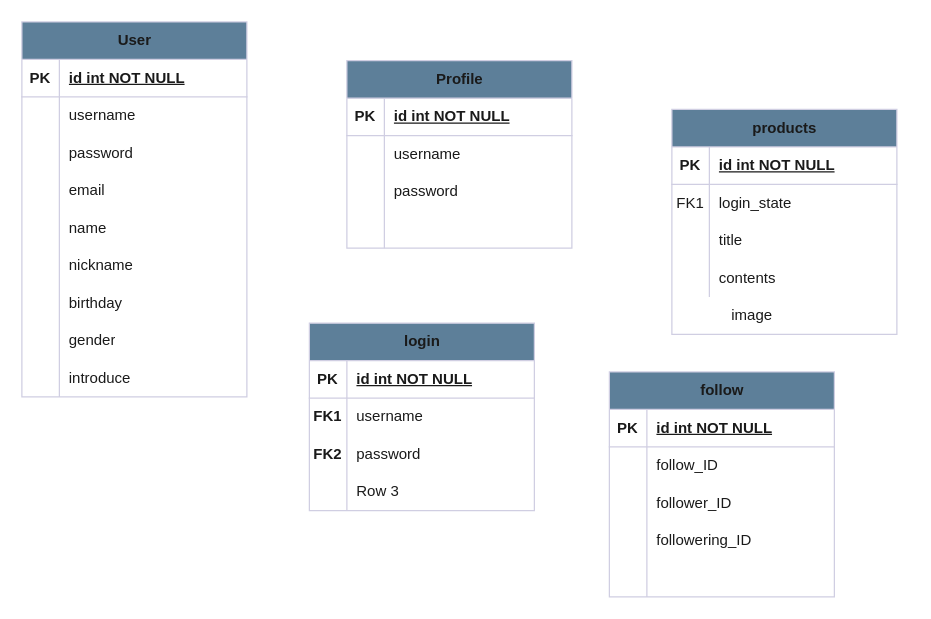
Before: 제목 없는 다이어그램.drawio in wodms5355/jaenny_day, a draw.io diagram. Source tidied: cells renumbered, new cells numbered last; positions are measured from the earlier drawing's top-left corner, leaving out a move shared by most shapes. Both pictures are drawn from the tidied source at 125%, with x=0, y=0 at pixel (21, 21).
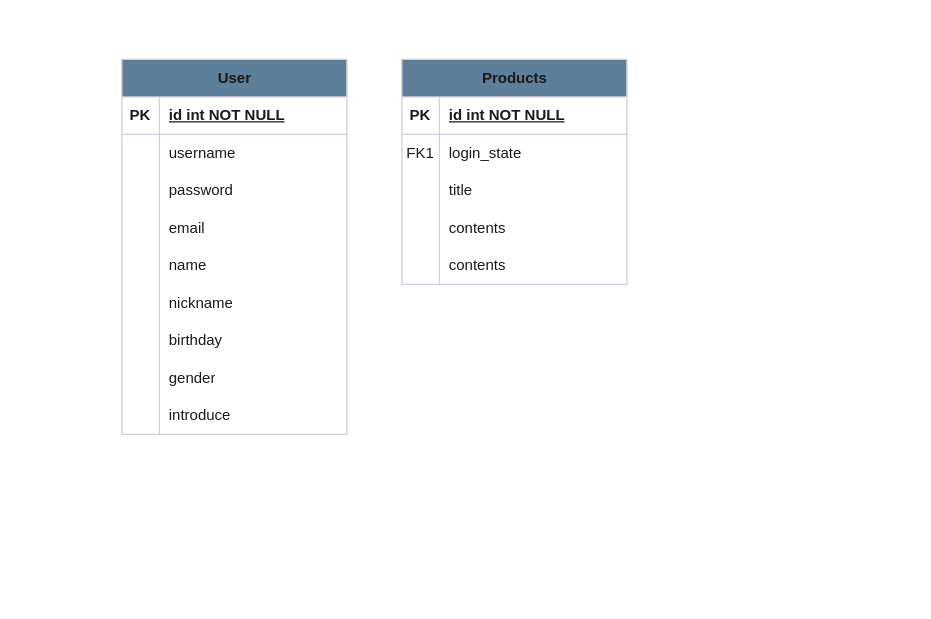
After the change.

Commit message (it also covers changes not shown here):
제목 없는 다이어그램.drawio 업데이트

Unchanged cells that the change refers to:
```xml
<mxCell id="43" style="shape=tableRow;horizontal=0;startSize=0;swimlaneHead=0;swimlaneBody=0;fillColor=none;top=0;left=0;right=0;bottom=0;labelBackgroundColor=none;strokeColor=#D0CEE2;fontColor=#1A1A1A;" parent="1" vertex="1">
  <mxGeometry x="530" y="220" width="180" height="30" as="geometry" />
</mxCell>
```

Diff of the diagram source:
```diff
@@
     <mxCell id="2" value="User" style="shape=table;startSize=30;childLayout=tableLayout;rowLines=0;fontStyle=1;align=center;html=1;labelBackgroundColor=none;fillColor=#5D7F99;strokeColor=#D0CEE2;fontColor=#1A1A1A;" parent="1" vertex="1">
-      <mxGeometry width="180" height="300" as="geometry" />
+      <mxGeometry x="80" y="30" width="180" height="300" as="geometry" />
     </mxCell>
@@
-    <mxCell id="30" value="products" style="shape=table;startSize=30;childLayout=tableLayout;rowLines=0;fontStyle=1;align=center;html=1;labelBackgroundColor=none;fillColor=#5D7F99;strokeColor=#D0CEE2;fontColor=#1A1A1A;" parent="1" vertex="1">
-      <mxGeometry x="520" y="70" width="180" height="180" as="geometry" />
+    <mxCell id="30" value="Products" style="shape=table;startSize=30;childLayout=tableLayout;rowLines=0;fontStyle=1;align=center;html=1;labelBackgroundColor=none;fillColor=#5D7F99;strokeColor=#D0CEE2;fontColor=#1A1A1A;" parent="1" vertex="1">
+      <mxGeometry x="304" y="30" width="180" height="180" as="geometry" />
     </mxCell>
@@
+    <mxCell id="88" style="shape=tableRow;horizontal=0;startSize=0;swimlaneHead=0;swimlaneBody=0;fillColor=none;top=0;left=0;right=0;bottom=0;labelBackgroundColor=none;strokeColor=#D0CEE2;fontColor=#1A1A1A;" parent="30" vertex="1">
+      <mxGeometry y="150" width="180" height="30" as="geometry" />
+    </mxCell>
+    <mxCell id="89" style="shape=partialRectangle;fillColor=none;top=0;left=0;bottom=0;right=0;overflow=hidden;whiteSpace=wrap;html=1;labelBackgroundColor=none;strokeColor=#D0CEE2;fontColor=#1A1A1A;" parent="88" vertex="1">
+      <mxGeometry width="30" height="30" as="geometry" />
+    </mxCell>
+    <mxCell id="90" value="contents" style="shape=partialRectangle;fillColor=none;top=0;left=0;bottom=0;right=0;align=left;spacingLeft=6;overflow=hidden;whiteSpace=wrap;html=1;labelBackgroundColor=none;strokeColor=#D0CEE2;fontColor=#1A1A1A;" parent="88" vertex="1">
+      <mxGeometry x="30" width="150" height="30" as="geometry" />
+    </mxCell>
@@
-    <mxCell id="45" value="image" style="shape=partialRectangle;fillColor=none;top=0;left=0;bottom=0;right=0;align=left;spacingLeft=6;overflow=hidden;whiteSpace=wrap;html=1;labelBackgroundColor=none;strokeColor=#D0CEE2;fontColor=#1A1A1A;" parent="43" vertex="1">
-      <mxGeometry x="30" width="150" height="30" as="geometry" />
-    </mxCell>
-    <mxCell id="46" value="Profile" style="shape=table;startSize=30;childLayout=tableLayout;rowLines=0;fontStyle=1;align=center;html=1;strokeColor=#D0CEE2;fontColor=#1A1A1A;fillColor=#5D7F99;" parent="1" vertex="1">
-      <mxGeometry x="260" y="31" width="180" height="150" as="geometry" />
-    </mxCell>
-    <mxCell id="47" style="shape=tableRow;horizontal=0;startSize=0;swimlaneHead=0;swimlaneBody=0;fillColor=none;top=0;left=0;right=0;bottom=1;strokeColor=#D0CEE2;fontColor=#1A1A1A;" parent="46" vertex="1">
-      <mxGeometry y="30" width="180" height="30" as="geometry" />
-    </mxCell>
-    <mxCell id="48" value="PK" style="shape=partialRectangle;fillColor=none;top=0;left=0;bottom=0;right=0;fontStyle=1;overflow=hidden;whiteSpace=wrap;html=1;strokeColor=#D0CEE2;fontColor=#1A1A1A;" parent="47" vertex="1">
-      <mxGeometry width="30" height="30" as="geometry" />
-    </mxCell>
-    <mxCell id="49" value="id int NOT NULL" style="shape=partialRectangle;fillColor=none;top=0;left=0;bottom=0;right=0;align=left;spacingLeft=6;fontStyle=5;overflow=hidden;whiteSpace=wrap;html=1;strokeColor=#D0CEE2;fontColor=#1A1A1A;" parent="47" vertex="1">
-      <mxGeometry x="30" width="150" height="30" as="geometry" />
-    </mxCell>
-    <mxCell id="50" style="shape=tableRow;horizontal=0;startSize=0;swimlaneHead=0;swimlaneBody=0;fillColor=none;top=0;left=0;right=0;bottom=0;strokeColor=#D0CEE2;fontColor=#1A1A1A;" parent="46" vertex="1">
-      <mxGeometry y="60" width="180" height="30" as="geometry" />
-    </mxCell>
-    <mxCell id="51" style="shape=partialRectangle;fillColor=none;top=0;left=0;bottom=0;right=0;overflow=hidden;whiteSpace=wrap;html=1;strokeColor=#D0CEE2;fontColor=#1A1A1A;" parent="50" vertex="1">
-      <mxGeometry width="30" height="30" as="geometry" />
-    </mxCell>
-    <mxCell id="52" value="username" style="shape=partialRectangle;fillColor=none;top=0;left=0;bottom=0;right=0;align=left;spacingLeft=6;overflow=hidden;whiteSpace=wrap;html=1;strokeColor=#D0CEE2;fontColor=#1A1A1A;" parent="50" vertex="1">
-      <mxGeometry x="30" width="150" height="30" as="geometry" />
-    </mxCell>
-    <mxCell id="53" style="shape=tableRow;horizontal=0;startSize=0;swimlaneHead=0;swimlaneBody=0;fillColor=none;top=0;left=0;right=0;bottom=0;strokeColor=#D0CEE2;fontColor=#1A1A1A;" parent="46" vertex="1">
-      <mxGeometry y="90" width="180" height="30" as="geometry" />
-    </mxCell>
-    <mxCell id="54" style="shape=partialRectangle;fillColor=none;top=0;left=0;bottom=0;right=0;overflow=hidden;whiteSpace=wrap;html=1;strokeColor=#D0CEE2;fontColor=#1A1A1A;" parent="53" vertex="1">
-      <mxGeometry width="30" height="30" as="geometry" />
-    </mxCell>
-    <mxCell id="55" value="password" style="shape=partialRectangle;fillColor=none;top=0;left=0;bottom=0;right=0;align=left;spacingLeft=6;overflow=hidden;whiteSpace=wrap;html=1;strokeColor=#D0CEE2;fontColor=#1A1A1A;" parent="53" vertex="1">
-      <mxGeometry x="30" width="150" height="30" as="geometry" />
-    </mxCell>
-    <mxCell id="56" style="shape=tableRow;horizontal=0;startSize=0;swimlaneHead=0;swimlaneBody=0;fillColor=none;top=0;left=0;right=0;bottom=0;strokeColor=#D0CEE2;fontColor=#1A1A1A;" parent="46" vertex="1">
-      <mxGeometry y="120" width="180" height="30" as="geometry" />
-    </mxCell>
-    <mxCell id="57" style="shape=partialRectangle;fillColor=none;top=0;left=0;bottom=0;right=0;overflow=hidden;whiteSpace=wrap;html=1;strokeColor=#D0CEE2;fontColor=#1A1A1A;" parent="56" vertex="1">
-      <mxGeometry width="30" height="30" as="geometry" />
-    </mxCell>
-    <mxCell id="58" style="shape=partialRectangle;fillColor=none;top=0;left=0;bottom=0;right=0;align=left;spacingLeft=6;overflow=hidden;whiteSpace=wrap;html=1;strokeColor=#D0CEE2;fontColor=#1A1A1A;" parent="56" vertex="1">
-      <mxGeometry x="30" width="150" height="30" as="geometry" />
-    </mxCell>
-    <mxCell id="59" value="follow" style="shape=table;startSize=30;childLayout=tableLayout;rowLines=0;fontStyle=1;align=center;html=1;strokeColor=#D0CEE2;fontColor=#1A1A1A;fillColor=#5D7F99;" parent="1" vertex="1">
-      <mxGeometry x="470" y="280" width="180" height="180" as="geometry" />
-    </mxCell>
-    <mxCell id="60" style="shape=tableRow;horizontal=0;startSize=0;swimlaneHead=0;swimlaneBody=0;fillColor=none;top=0;left=0;right=0;bottom=1;strokeColor=#D0CEE2;fontColor=#1A1A1A;" parent="59" vertex="1">
-      <mxGeometry y="30" width="180" height="30" as="geometry" />
-    </mxCell>
-    <mxCell id="61" value="PK" style="shape=partialRectangle;fillColor=none;top=0;left=0;bottom=0;right=0;fontStyle=1;overflow=hidden;whiteSpace=wrap;html=1;strokeColor=#D0CEE2;fontColor=#1A1A1A;" parent="60" vertex="1">
-      <mxGeometry width="30" height="30" as="geometry" />
-    </mxCell>
-    <mxCell id="62" value="id int NOT NULL" style="shape=partialRectangle;fillColor=none;top=0;left=0;bottom=0;right=0;align=left;spacingLeft=6;fontStyle=5;overflow=hidden;whiteSpace=wrap;html=1;strokeColor=#D0CEE2;fontColor=#1A1A1A;" parent="60" vertex="1">
-      <mxGeometry x="30" width="150" height="30" as="geometry" />
-    </mxCell>
-    <mxCell id="63" style="shape=tableRow;horizontal=0;startSize=0;swimlaneHead=0;swimlaneBody=0;fillColor=none;top=0;left=0;right=0;bottom=0;strokeColor=#D0CEE2;fontColor=#1A1A1A;" parent="59" vertex="1">
-      <mxGeometry y="60" width="180" height="30" as="geometry" />
-    </mxCell>
-    <mxCell id="64" style="shape=partialRectangle;fillColor=none;top=0;left=0;bottom=0;right=0;overflow=hidden;whiteSpace=wrap;html=1;strokeColor=#D0CEE2;fontColor=#1A1A1A;" parent="63" vertex="1">
-      <mxGeometry width="30" height="30" as="geometry" />
-    </mxCell>
-    <mxCell id="65" value="follow_ID" style="shape=partialRectangle;fillColor=none;top=0;left=0;bottom=0;right=0;align=left;spacingLeft=6;overflow=hidden;whiteSpace=wrap;html=1;strokeColor=#D0CEE2;fontColor=#1A1A1A;" parent="63" vertex="1">
-      <mxGeometry x="30" width="150" height="30" as="geometry" />
-    </mxCell>
-    <mxCell id="66" style="shape=tableRow;horizontal=0;startSize=0;swimlaneHead=0;swimlaneBody=0;fillColor=none;top=0;left=0;right=0;bottom=0;strokeColor=#D0CEE2;fontColor=#1A1A1A;" parent="59" vertex="1">
-      <mxGeometry y="90" width="180" height="30" as="geometry" />
-    </mxCell>
-    <mxCell id="67" style="shape=partialRectangle;fillColor=none;top=0;left=0;bottom=0;right=0;overflow=hidden;whiteSpace=wrap;html=1;strokeColor=#D0CEE2;fontColor=#1A1A1A;" parent="66" vertex="1">
-      <mxGeometry width="30" height="30" as="geometry" />
-    </mxCell>
-    <mxCell id="68" value="follower_ID" style="shape=partialRectangle;fillColor=none;top=0;left=0;bottom=0;right=0;align=left;spacingLeft=6;overflow=hidden;whiteSpace=wrap;html=1;strokeColor=#D0CEE2;fontColor=#1A1A1A;" parent="66" vertex="1">
-      <mxGeometry x="30" width="150" height="30" as="geometry" />
-    </mxCell>
-    <mxCell id="69" style="shape=tableRow;horizontal=0;startSize=0;swimlaneHead=0;swimlaneBody=0;fillColor=none;top=0;left=0;right=0;bottom=0;strokeColor=#D0CEE2;fontColor=#1A1A1A;" parent="59" vertex="1">
-      <mxGeometry y="120" width="180" height="30" as="geometry" />
-    </mxCell>
-    <mxCell id="70" style="shape=partialRectangle;fillColor=none;top=0;left=0;bottom=0;right=0;overflow=hidden;whiteSpace=wrap;html=1;strokeColor=#D0CEE2;fontColor=#1A1A1A;" parent="69" vertex="1">
-      <mxGeometry width="30" height="30" as="geometry" />
-    </mxCell>
-    <mxCell id="71" value="followering_ID" style="shape=partialRectangle;fillColor=none;top=0;left=0;bottom=0;right=0;align=left;spacingLeft=6;overflow=hidden;whiteSpace=wrap;html=1;strokeColor=#D0CEE2;fontColor=#1A1A1A;" parent="69" vertex="1">
-      <mxGeometry x="30" width="150" height="30" as="geometry" />
-    </mxCell>
-    <mxCell id="72" style="shape=tableRow;horizontal=0;startSize=0;swimlaneHead=0;swimlaneBody=0;fillColor=none;top=0;left=0;right=0;bottom=0;strokeColor=#D0CEE2;fontColor=#1A1A1A;" parent="59" vertex="1">
-      <mxGeometry y="150" width="180" height="30" as="geometry" />
-    </mxCell>
-    <mxCell id="73" style="shape=partialRectangle;fillColor=none;top=0;left=0;bottom=0;right=0;overflow=hidden;whiteSpace=wrap;html=1;strokeColor=#D0CEE2;fontColor=#1A1A1A;" parent="72" vertex="1">
-      <mxGeometry width="30" height="30" as="geometry" />
-    </mxCell>
-    <mxCell id="74" style="shape=partialRectangle;fillColor=none;top=0;left=0;bottom=0;right=0;align=left;spacingLeft=6;overflow=hidden;whiteSpace=wrap;html=1;strokeColor=#D0CEE2;fontColor=#1A1A1A;" parent="72" vertex="1">
-      <mxGeometry x="30" width="150" height="30" as="geometry" />
-    </mxCell>
-    <mxCell id="75" value="login" style="shape=table;startSize=30;childLayout=tableLayout;rowLines=0;fontStyle=1;align=center;html=1;strokeColor=#D0CEE2;fontColor=#1A1A1A;fillColor=#5D7F99;" parent="1" vertex="1">
-      <mxGeometry x="230" y="241" width="180" height="150" as="geometry" />
-    </mxCell>
-    <mxCell id="76" style="shape=tableRow;horizontal=0;startSize=0;swimlaneHead=0;swimlaneBody=0;fillColor=none;top=0;left=0;right=0;bottom=1;strokeColor=#D0CEE2;fontColor=#1A1A1A;" parent="75" vertex="1">
-      <mxGeometry y="30" width="180" height="30" as="geometry" />
-    </mxCell>
-    <mxCell id="77" value="PK" style="shape=partialRectangle;fillColor=none;top=0;left=0;bottom=0;right=0;fontStyle=1;overflow=hidden;whiteSpace=wrap;html=1;strokeColor=#D0CEE2;fontColor=#1A1A1A;" parent="76" vertex="1">
-      <mxGeometry width="30" height="30" as="geometry" />
-    </mxCell>
-    <mxCell id="78" value="id int NOT NULL" style="shape=partialRectangle;fillColor=none;top=0;left=0;bottom=0;right=0;align=left;spacingLeft=6;fontStyle=5;overflow=hidden;whiteSpace=wrap;html=1;strokeColor=#D0CEE2;fontColor=#1A1A1A;" parent="76" vertex="1">
-      <mxGeometry x="30" width="150" height="30" as="geometry" />
-    </mxCell>
-    <mxCell id="79" style="shape=tableRow;horizontal=0;startSize=0;swimlaneHead=0;swimlaneBody=0;fillColor=none;top=0;left=0;right=0;bottom=0;strokeColor=#D0CEE2;fontColor=#1A1A1A;" parent="75" vertex="1">
-      <mxGeometry y="60" width="180" height="30" as="geometry" />
-    </mxCell>
-    <mxCell id="80" value="FK1" style="shape=partialRectangle;fillColor=none;top=0;left=0;bottom=0;right=0;overflow=hidden;whiteSpace=wrap;html=1;strokeColor=#D0CEE2;fontColor=#1A1A1A;fontStyle=1;fontSize=12;" parent="79" vertex="1">
-      <mxGeometry width="30" height="30" as="geometry" />
-    </mxCell>
-    <mxCell id="81" value="username" style="shape=partialRectangle;fillColor=none;top=0;left=0;bottom=0;right=0;align=left;spacingLeft=6;overflow=hidden;whiteSpace=wrap;html=1;strokeColor=#D0CEE2;fontColor=#1A1A1A;" parent="79" vertex="1">
-      <mxGeometry x="30" width="150" height="30" as="geometry" />
-    </mxCell>
-    <mxCell id="82" style="shape=tableRow;horizontal=0;startSize=0;swimlaneHead=0;swimlaneBody=0;fillColor=none;top=0;left=0;right=0;bottom=0;strokeColor=#D0CEE2;fontColor=#1A1A1A;" parent="75" vertex="1">
-      <mxGeometry y="90" width="180" height="30" as="geometry" />
-    </mxCell>
-    <mxCell id="83" value="FK2" style="shape=partialRectangle;fillColor=none;top=0;left=0;bottom=0;right=0;overflow=hidden;whiteSpace=wrap;html=1;strokeColor=#D0CEE2;fontColor=#1A1A1A;fontStyle=1;fontSize=12;" parent="82" vertex="1">
-      <mxGeometry width="30" height="30" as="geometry" />
-    </mxCell>
-    <mxCell id="84" value="password" style="shape=partialRectangle;fillColor=none;top=0;left=0;bottom=0;right=0;align=left;spacingLeft=6;overflow=hidden;whiteSpace=wrap;html=1;strokeColor=#D0CEE2;fontColor=#1A1A1A;" parent="82" vertex="1">
-      <mxGeometry x="30" width="150" height="30" as="geometry" />
-    </mxCell>
-    <mxCell id="85" style="shape=tableRow;horizontal=0;startSize=0;swimlaneHead=0;swimlaneBody=0;fillColor=none;top=0;left=0;right=0;bottom=0;strokeColor=#D0CEE2;fontColor=#1A1A1A;" parent="75" vertex="1">
-      <mxGeometry y="120" width="180" height="30" as="geometry" />
-    </mxCell>
-    <mxCell id="86" style="shape=partialRectangle;fillColor=none;top=0;left=0;bottom=0;right=0;overflow=hidden;whiteSpace=wrap;html=1;strokeColor=#D0CEE2;fontColor=#1A1A1A;" parent="85" vertex="1">
-      <mxGeometry width="30" height="30" as="geometry" />
-    </mxCell>
-    <mxCell id="87" value="Row 3" style="shape=partialRectangle;fillColor=none;top=0;left=0;bottom=0;right=0;align=left;spacingLeft=6;overflow=hidden;whiteSpace=wrap;html=1;strokeColor=#D0CEE2;fontColor=#1A1A1A;" parent="85" vertex="1">
-      <mxGeometry x="30" width="150" height="30" as="geometry" />
-    </mxCell>
```
